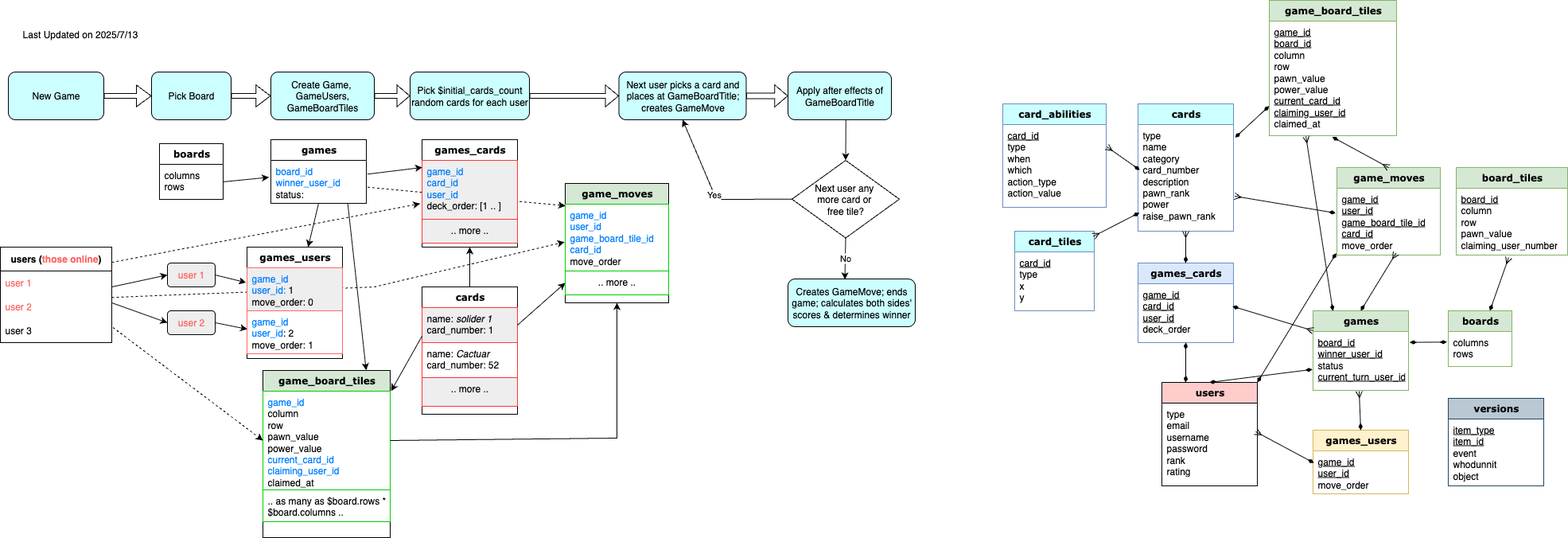
This is doc/diagrams/EER.drawio.png from briangan/queens_blood_by_fan, a draw.io export, as it was before one commit. Source tidied: cells renumbered, new cells last; positions are measured from the earlier drawing's top-left corner, leaving out a move shared by most shapes.
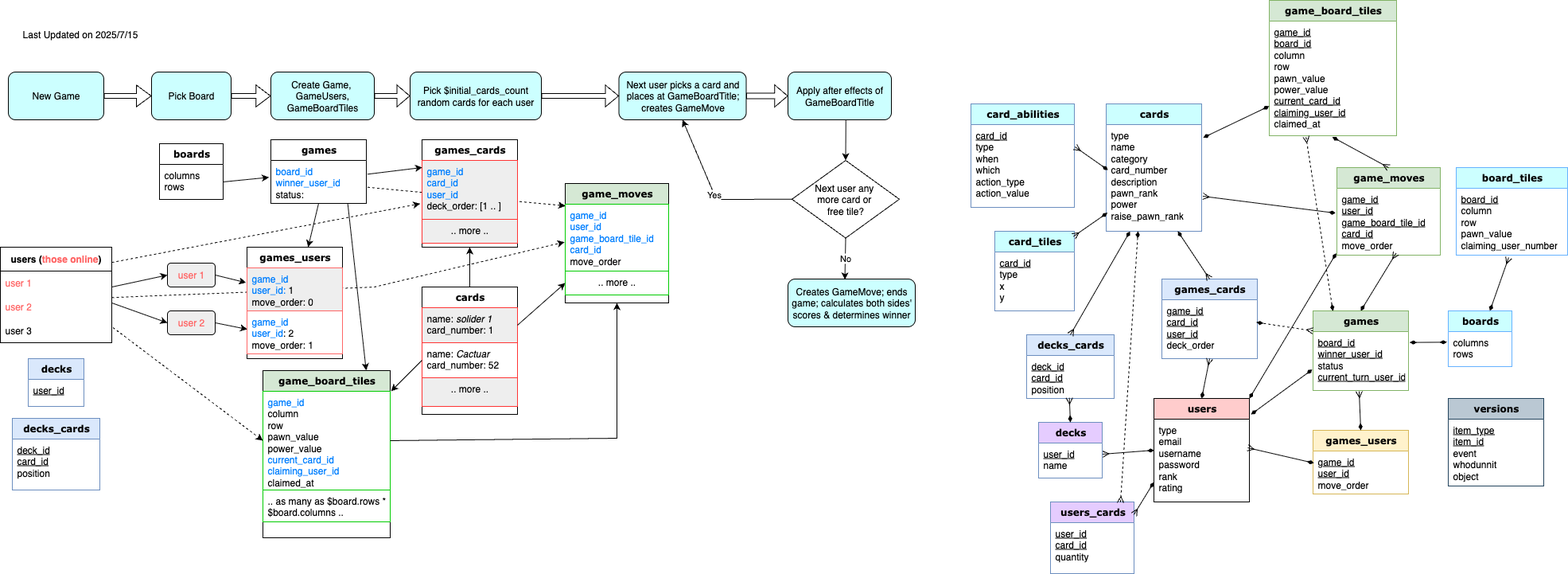
Later version of the same file.

Commit message:
Database: added decks, decks_cards, users_cards

The edit, as a diff of the source:
```diff
@@ -20,3 +20,3 @@
     </mxCell>
-    <mxCell id="6" value="&lt;span style=&quot;font-size: 12px;&quot;&gt;&lt;b&gt;boards&lt;/b&gt;&lt;/span&gt;" style="swimlane;html=1;fontStyle=0;horizontal=1;startSize=26;fillColor=#d5e8d4;swimlaneFillColor=#ffffff;rounded=0;shadow=0;comic=0;labelBackgroundColor=none;strokeWidth=1;fontFamily=Verdana;fontSize=10;align=center;strokeColor=#82b366;" parent="1" vertex="1">
+    <mxCell id="6" value="&lt;span style=&quot;font-size: 12px;&quot;&gt;&lt;b&gt;boards&lt;/b&gt;&lt;/span&gt;" style="swimlane;html=1;fontStyle=0;horizontal=1;startSize=26;fillColor=#CCFFFF;swimlaneFillColor=#ffffff;rounded=0;shadow=0;comic=0;labelBackgroundColor=none;strokeWidth=1;fontFamily=Verdana;fontSize=10;align=center;strokeColor=#66B2FF;" parent="1" vertex="1">
       <mxGeometry x="1820" y="390" width="80" height="70" as="geometry" />
@@ -27,3 +27,3 @@
     <mxCell id="8" value="&lt;font style=&quot;font-size: 12px;&quot;&gt;&lt;b&gt;card_abilities&lt;/b&gt;&lt;/font&gt;" style="swimlane;html=1;fontStyle=0;horizontal=1;startSize=26;fillColor=#CCFFFF;swimlaneFillColor=#ffffff;rounded=0;shadow=0;comic=0;labelBackgroundColor=none;strokeWidth=1;fontFamily=Verdana;fontSize=10;align=center;strokeColor=#6c8ebf;" parent="1" vertex="1">
-      <mxGeometry x="1260" y="130" width="130" height="130" as="geometry" />
+      <mxGeometry x="1220" y="130" width="130" height="130" as="geometry" />
     </mxCell>
@@ -33,3 +33,3 @@
     <mxCell id="10" value="&lt;font style=&quot;font-size: 12px;&quot;&gt;&lt;b&gt;card_tiles&lt;/b&gt;&lt;/font&gt;" style="swimlane;html=1;fontStyle=0;horizontal=1;startSize=26;fillColor=#CCFFFF;swimlaneFillColor=#ffffff;rounded=0;shadow=0;comic=0;labelBackgroundColor=none;strokeWidth=1;fontFamily=Verdana;fontSize=10;align=center;strokeColor=#6c8ebf;" parent="1" vertex="1">
-      <mxGeometry x="1275" y="290" width="100" height="100" as="geometry" />
+      <mxGeometry x="1250" y="290" width="100" height="100" as="geometry" />
     </mxCell>
@@ -39,3 +39,3 @@
     <mxCell id="12" value="&lt;font style=&quot;font-size: 12px;&quot;&gt;&lt;b&gt;cards&lt;/b&gt;&lt;/font&gt;" style="swimlane;html=1;fontStyle=0;horizontal=1;startSize=26;fillColor=#CCFFFF;swimlaneFillColor=#ffffff;rounded=0;shadow=0;comic=0;labelBackgroundColor=none;strokeWidth=1;fontFamily=Verdana;fontSize=10;align=center;strokeColor=#6c8ebf;" parent="1" vertex="1">
-      <mxGeometry x="1430" y="130" width="120" height="160" as="geometry" />
+      <mxGeometry x="1390" y="130" width="120" height="160" as="geometry" />
     </mxCell>
@@ -57,3 +57,3 @@
     <mxCell id="18" value="&lt;font style=&quot;font-size: 12px;&quot;&gt;&lt;b&gt;games_cards&lt;/b&gt;&lt;/font&gt;" style="swimlane;html=1;fontStyle=0;horizontal=1;startSize=26;fillColor=#dae8fc;swimlaneFillColor=#ffffff;rounded=0;shadow=0;comic=0;labelBackgroundColor=none;strokeWidth=1;fontFamily=Verdana;fontSize=10;align=center;strokeColor=#6c8ebf;" parent="1" vertex="1">
-      <mxGeometry x="1430" y="330" width="120" height="100" as="geometry" />
+      <mxGeometry x="1460" y="350" width="120" height="100" as="geometry" />
     </mxCell>
@@ -69,3 +69,3 @@
     <mxCell id="22" value="&lt;font style=&quot;font-size: 12px;&quot;&gt;&lt;b&gt;users&lt;/b&gt;&lt;/font&gt;" style="swimlane;html=1;fontStyle=0;horizontal=1;startSize=26;fillColor=#FFCCCC;swimlaneFillColor=#ffffff;rounded=0;shadow=0;comic=0;labelBackgroundColor=none;strokeWidth=1;fontFamily=Verdana;fontSize=10;align=center;" parent="1" vertex="1">
-      <mxGeometry x="1460" y="480" width="120" height="130" as="geometry" />
+      <mxGeometry x="1450" y="500" width="120" height="130" as="geometry" />
     </mxCell>
@@ -80,9 +80,9 @@
     </mxCell>
-    <mxCell id="26" style="endArrow=diamondThin;html=1;rounded=0;entryX=0.5;entryY=0;entryDx=0;entryDy=0;exitX=0.5;exitY=1;exitDx=0;exitDy=0;startArrow=ERmany;startFill=0;endFill=1;" parent="1" edge="1" source="12" target="18">
+    <mxCell id="26" style="endArrow=ERmany;html=1;rounded=0;entryX=0.5;entryY=0;entryDx=0;entryDy=0;exitX=0.75;exitY=1;exitDx=0;exitDy=0;startArrow=diamondThin;startFill=1;endFill=0;" parent="1" edge="1" source="12" target="18">
       <mxGeometry relative="1" as="geometry" />
     </mxCell>
-    <mxCell id="27" style="endArrow=diamondThin;html=1;rounded=0;entryX=0.99;entryY=0.384;entryDx=0;entryDy=0;exitX=0;exitY=0.25;exitDx=0;exitDy=0;startArrow=ERmany;startFill=0;endFill=1;entryPerimeter=0;" parent="1" edge="1" source="16" target="19">
+    <mxCell id="27" style="endArrow=diamondThin;html=1;rounded=0;entryX=0.99;entryY=0.384;entryDx=0;entryDy=0;exitX=0;exitY=0.25;exitDx=0;exitDy=0;startArrow=ERmany;startFill=0;endFill=1;entryPerimeter=0;dashed=1;" parent="1" edge="1" source="16" target="19">
       <mxGeometry relative="1" as="geometry" />
     </mxCell>
-    <mxCell id="28" style="endArrow=diamondThin;html=1;rounded=0;exitX=0.5;exitY=0;exitDx=0;exitDy=0;startArrow=diamondThin;startFill=1;endFill=1;entryX=-0.007;entryY=0.644;entryDx=0;entryDy=0;entryPerimeter=0;" parent="1" edge="1" source="22" target="17">
+    <mxCell id="28" style="endArrow=diamondThin;html=1;rounded=0;exitX=1.017;exitY=0.154;exitDx=0;exitDy=0;startArrow=diamondThin;startFill=1;endFill=1;entryX=-0.007;entryY=0.644;entryDx=0;entryDy=0;entryPerimeter=0;exitPerimeter=0;" parent="1" edge="1" source="22" target="17">
       <mxGeometry relative="1" as="geometry" />
@@ -201,3 +201,3 @@
     <mxCell id="66" value="Pick $initial_cards_count random cards for each user" style="rounded=1;whiteSpace=wrap;html=1;fillColor=#CCFFFF;" parent="1" vertex="1">
-      <mxGeometry x="515" y="90" width="150" height="60" as="geometry" />
+      <mxGeometry x="515" y="90" width="165" height="60" as="geometry" />
     </mxCell>
@@ -221,6 +221,6 @@
     </mxCell>
-    <mxCell id="73" style="endArrow=ERmany;html=1;rounded=0;entryX=0.288;entryY=1.006;entryDx=0;entryDy=0;startArrow=diamondThin;startFill=1;endFill=0;exitX=0.208;exitY=0;exitDx=0;exitDy=0;entryPerimeter=0;exitPerimeter=0;" parent="1" edge="1" source="16" target="5">
+    <mxCell id="73" style="endArrow=ERmany;html=1;rounded=0;entryX=0.288;entryY=1.006;entryDx=0;entryDy=0;startArrow=diamondThin;startFill=1;endFill=0;exitX=0.208;exitY=0;exitDx=0;exitDy=0;entryPerimeter=0;exitPerimeter=0;dashed=1;" parent="1" edge="1" source="16" target="5">
       <mxGeometry relative="1" as="geometry" />
     </mxCell>
-    <mxCell id="74" style="endArrow=diamondThin;html=1;rounded=0;exitX=0.25;exitY=0;exitDx=0;exitDy=0;startArrow=diamondThin;startFill=1;endFill=1;entryX=0.5;entryY=1;entryDx=0;entryDy=0;" parent="1" edge="1" source="22" target="18">
+    <mxCell id="74" style="endArrow=ERmany;html=1;rounded=0;exitX=0.5;exitY=0;exitDx=0;exitDy=0;startArrow=diamondThin;startFill=1;endFill=0;entryX=0.5;entryY=1;entryDx=0;entryDy=0;" parent="1" edge="1" source="22" target="18">
       <mxGeometry relative="1" as="geometry" />
@@ -245,3 +245,3 @@
     </mxCell>
-    <mxCell id="81" style="endArrow=classic;html=1;rounded=0;entryX=1.007;entryY=-0.001;entryDx=0;entryDy=0;entryPerimeter=0;exitX=0.001;exitY=0.809;exitDx=0;exitDy=0;exitPerimeter=0;" parent="1" edge="1" source="69" target="76">
+    <mxCell id="81" style="endArrow=classic;html=1;rounded=0;entryX=1.007;entryY=-0.001;entryDx=0;entryDy=0;entryPerimeter=0;exitX=0;exitY=0.5;exitDx=0;exitDy=0;" parent="1" edge="1" source="70" target="76">
       <mxGeometry relative="1" as="geometry" />
@@ -301,3 +301,3 @@
     </mxCell>
-    <mxCell id="97" value="&lt;span style=&quot;font-size: 12px;&quot;&gt;&lt;b&gt;board_tiles&lt;/b&gt;&lt;/span&gt;" style="swimlane;html=1;fontStyle=0;horizontal=1;startSize=26;fillColor=#d5e8d4;swimlaneFillColor=#ffffff;rounded=0;shadow=0;comic=0;labelBackgroundColor=none;strokeWidth=1;fontFamily=Verdana;fontSize=10;align=center;strokeColor=#82b366;" parent="1" vertex="1">
+    <mxCell id="97" value="&lt;span style=&quot;font-size: 12px;&quot;&gt;&lt;b&gt;board_tiles&lt;/b&gt;&lt;/span&gt;" style="swimlane;html=1;fontStyle=0;horizontal=1;startSize=26;fillColor=#CCFFFF;swimlaneFillColor=#ffffff;rounded=0;shadow=0;comic=0;labelBackgroundColor=none;strokeWidth=1;fontFamily=Verdana;fontSize=10;align=center;strokeColor=#66B2FF;" parent="1" vertex="1">
       <mxGeometry x="1830" y="210" width="140" height="110" as="geometry" />
@@ -310,5 +310,52 @@
     </mxCell>
-    <mxCell id="100" value="Last Updated on 2025/7/13" style="text;html=1;align=center;verticalAlign=middle;strokeColor=none;fillColor=none;" parent="1" vertex="1">
+    <mxCell id="100" value="Last Updated on 2025/7/15" style="text;html=1;align=center;verticalAlign=middle;strokeColor=none;fillColor=none;" parent="1" vertex="1">
       <mxGeometry x="15" y="28" width="170" height="30" as="geometry" />
     </mxCell>
+    <mxCell id="101" value="&lt;font style=&quot;font-size: 12px;&quot;&gt;&lt;b&gt;decks_cards&lt;/b&gt;&lt;/font&gt;" style="swimlane;html=1;fontStyle=0;horizontal=1;startSize=26;fillColor=#dae8fc;swimlaneFillColor=#ffffff;rounded=0;shadow=0;comic=0;labelBackgroundColor=none;strokeWidth=1;fontFamily=Verdana;fontSize=10;align=center;strokeColor=#6c8ebf;" parent="1" vertex="1">
+      <mxGeometry x="1290" y="420" width="110" height="80" as="geometry" />
+    </mxCell>
+    <mxCell id="102" value="&lt;div&gt;&lt;u&gt;deck_id&lt;/u&gt;&lt;/div&gt;&lt;div&gt;&lt;u&gt;card_id&lt;/u&gt;&lt;/div&gt;&lt;div&gt;position&lt;/div&gt;" style="text;html=1;strokeColor=none;fillColor=none;align=left;verticalAlign=top;spacingLeft=4;spacingRight=4;whiteSpace=wrap;overflow=hidden;points=[[0,0.5],[1,0.5]];portConstraint=eastwest;" parent="101" vertex="1">
+      <mxGeometry y="26" width="110" height="54" as="geometry" />
+    </mxCell>
+    <mxCell id="103" style="endArrow=ERmany;html=1;rounded=0;entryX=0.5;entryY=0;entryDx=0;entryDy=0;exitX=0.25;exitY=1;exitDx=0;exitDy=0;startArrow=diamondThin;startFill=1;endFill=0;" parent="1" edge="1" source="12" target="101">
+      <mxGeometry relative="1" as="geometry" />
+    </mxCell>
+    <mxCell id="104" style="endArrow=ERmany;html=1;rounded=0;entryX=1.004;entryY=0.318;entryDx=0;entryDy=0;exitX=0.003;exitY=0.375;exitDx=0;exitDy=0;startArrow=diamondThin;startFill=1;endFill=0;entryPerimeter=0;exitPerimeter=0;" parent="1" edge="1" source="23" target="108">
+      <mxGeometry relative="1" as="geometry" />
+    </mxCell>
+    <mxCell id="105" value="&lt;font style=&quot;font-size: 12px;&quot;&gt;&lt;b&gt;decks_cards&lt;/b&gt;&lt;/font&gt;" style="swimlane;html=1;fontStyle=0;horizontal=1;startSize=26;fillColor=#dae8fc;swimlaneFillColor=#ffffff;rounded=0;shadow=0;comic=0;labelBackgroundColor=none;strokeWidth=1;fontFamily=Verdana;fontSize=10;align=center;strokeColor=#6c8ebf;" parent="1" vertex="1">
+      <mxGeometry x="15" y="525" width="110" height="90" as="geometry" />
+    </mxCell>
+    <mxCell id="106" value="&lt;div&gt;&lt;u style=&quot;background-color: transparent; color: light-dark(rgb(0, 0, 0), rgb(255, 255, 255));&quot;&gt;deck_id&lt;/u&gt;&lt;/div&gt;&lt;div&gt;&lt;u&gt;card_id&lt;/u&gt;&lt;/div&gt;&lt;div&gt;position&lt;/div&gt;" style="text;html=1;strokeColor=none;fillColor=none;align=left;verticalAlign=top;spacingLeft=4;spacingRight=4;whiteSpace=wrap;overflow=hidden;" parent="105" vertex="1">
+      <mxGeometry y="26" width="110" height="64" as="geometry" />
+    </mxCell>
+    <mxCell id="107" value="&lt;b style=&quot;font-size: 12px;&quot;&gt;decks&lt;/b&gt;" style="swimlane;html=1;fontStyle=0;horizontal=1;startSize=26;fillColor=#E5CCFF;swimlaneFillColor=#ffffff;rounded=0;shadow=0;comic=0;labelBackgroundColor=none;strokeWidth=1;fontFamily=Verdana;fontSize=10;align=center;strokeColor=#6c8ebf;" parent="1" vertex="1">
+      <mxGeometry x="1305" y="530" width="80" height="70" as="geometry" />
+    </mxCell>
+    <mxCell id="108" value="&lt;div&gt;&lt;u style=&quot;background-color: transparent; color: light-dark(rgb(0, 0, 0), rgb(255, 255, 255));&quot;&gt;user_id&lt;/u&gt;&lt;/div&gt;&lt;div&gt;name&lt;/div&gt;" style="text;html=1;strokeColor=none;fillColor=none;align=left;verticalAlign=top;spacingLeft=4;spacingRight=4;whiteSpace=wrap;overflow=hidden;points=[[0,0.5],[1,0.5]];portConstraint=eastwest;" parent="107" vertex="1">
+      <mxGeometry y="26" width="80" height="44" as="geometry" />
+    </mxCell>
+    <mxCell id="109" style="endArrow=ERmany;html=1;rounded=0;entryX=0.488;entryY=0.987;entryDx=0;entryDy=0;exitX=0.5;exitY=0;exitDx=0;exitDy=0;startArrow=diamondThin;startFill=1;endFill=0;entryPerimeter=0;" parent="1" edge="1" source="107" target="102">
+      <mxGeometry relative="1" as="geometry" />
+    </mxCell>
+    <mxCell id="110" value="&lt;font style=&quot;font-size: 12px;&quot;&gt;&lt;b&gt;decks&lt;/b&gt;&lt;/font&gt;" style="swimlane;html=1;fontStyle=0;horizontal=1;startSize=26;fillColor=#dae8fc;swimlaneFillColor=#ffffff;rounded=0;shadow=0;comic=0;labelBackgroundColor=none;strokeWidth=1;fontFamily=Verdana;fontSize=10;align=center;strokeColor=#6c8ebf;" parent="1" vertex="1">
+      <mxGeometry x="35" y="450" width="70" height="60" as="geometry" />
+    </mxCell>
+    <mxCell id="111" value="&lt;div&gt;&lt;u&gt;user_id&lt;/u&gt;&lt;/div&gt;" style="text;html=1;strokeColor=none;fillColor=none;align=left;verticalAlign=top;spacingLeft=4;spacingRight=4;whiteSpace=wrap;overflow=hidden;" parent="110" vertex="1">
+      <mxGeometry y="26" width="70" height="24" as="geometry" />
+    </mxCell>
+    <mxCell id="112" value="&lt;b style=&quot;font-size: 12px;&quot;&gt;users_cards&lt;/b&gt;" style="swimlane;html=1;fontStyle=0;horizontal=1;startSize=26;fillColor=#E5CCFF;swimlaneFillColor=#ffffff;rounded=0;shadow=0;comic=0;labelBackgroundColor=none;strokeWidth=1;fontFamily=Verdana;fontSize=10;align=center;strokeColor=#6c8ebf;" parent="1" vertex="1">
+      <mxGeometry x="1320" y="630" width="105" height="90" as="geometry" />
+    </mxCell>
+    <mxCell id="113" value="&lt;div&gt;&lt;u style=&quot;background-color: transparent; color: light-dark(rgb(0, 0, 0), rgb(255, 255, 255));&quot;&gt;user_id&lt;/u&gt;&lt;/div&gt;&lt;div&gt;&lt;u&gt;card_id&lt;/u&gt;&lt;/div&gt;&lt;div&gt;quantity&lt;/div&gt;" style="text;html=1;strokeColor=none;fillColor=none;align=left;verticalAlign=top;spacingLeft=4;spacingRight=4;whiteSpace=wrap;overflow=hidden;" parent="112" vertex="1">
+      <mxGeometry y="26" width="105" height="54" as="geometry" />
+    </mxCell>
+    <mxCell id="114" style="endArrow=ERmany;html=1;rounded=0;entryX=0.999;entryY=0.177;entryDx=0;entryDy=0;exitX=0;exitY=0.76;exitDx=0;exitDy=0;startArrow=diamondThin;startFill=1;endFill=0;exitPerimeter=0;entryPerimeter=0;" parent="1" edge="1" source="23" target="112">
+      <mxGeometry relative="1" as="geometry" />
+    </mxCell>
+    <mxCell id="115" style="endArrow=ERmany;html=1;rounded=0;entryX=0.838;entryY=0.011;entryDx=0;entryDy=0;startArrow=diamondThin;startFill=1;endFill=0;entryPerimeter=0;dashed=1;" parent="1" edge="1" target="112">
+      <mxGeometry relative="1" as="geometry">
+        <mxPoint x="1430" y="290" as="sourcePoint" />
+      </mxGeometry>
+    </mxCell>
   </root>
```
